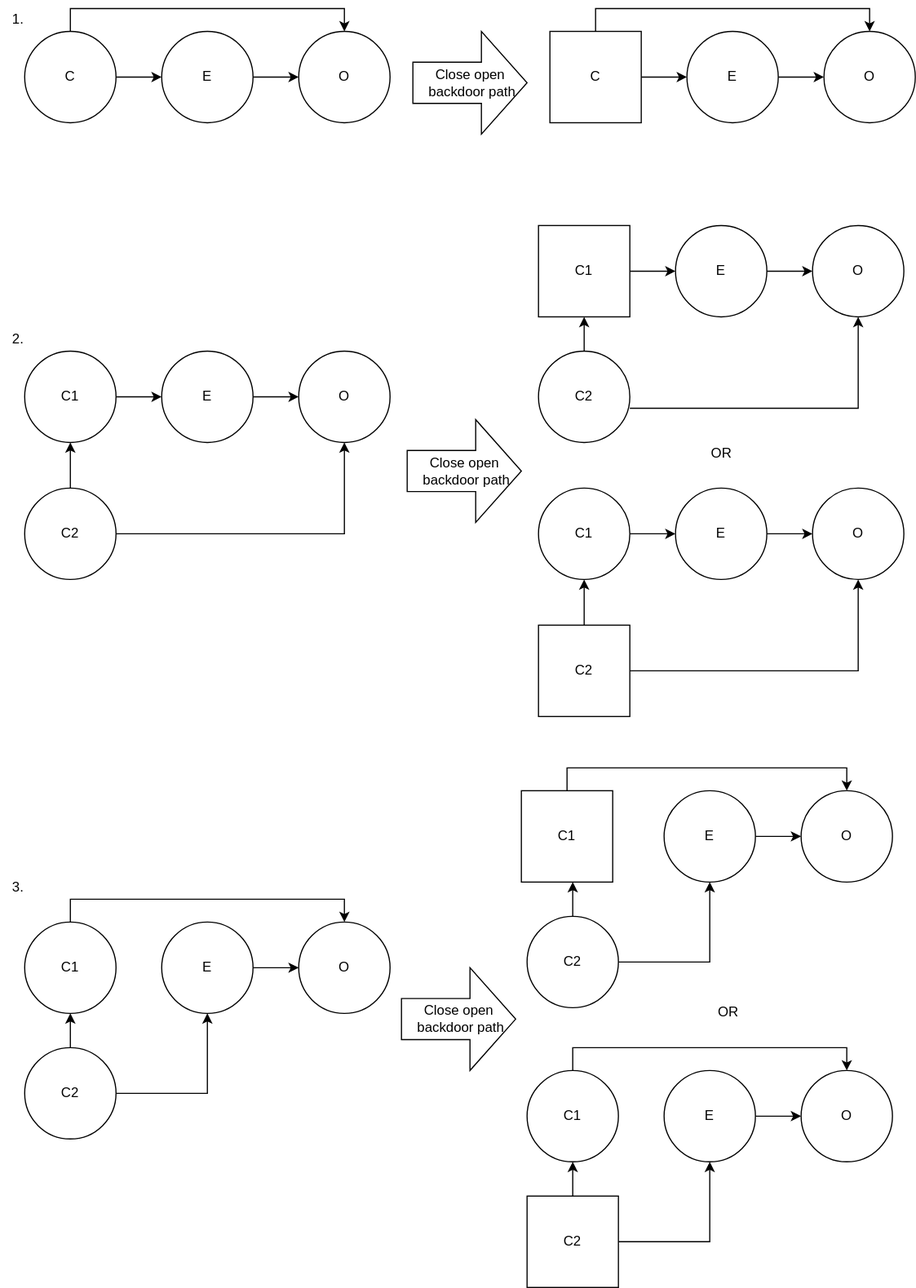
Earlier version of the draw.io export docs/source/model_design/closed_backdoor_paths.svg (ihmeuw/vivarium_research). Source tidied: cells renumbered, new cells last; positions are measured from the earlier drawing's top-left corner, leaving out a move shared by most shapes.
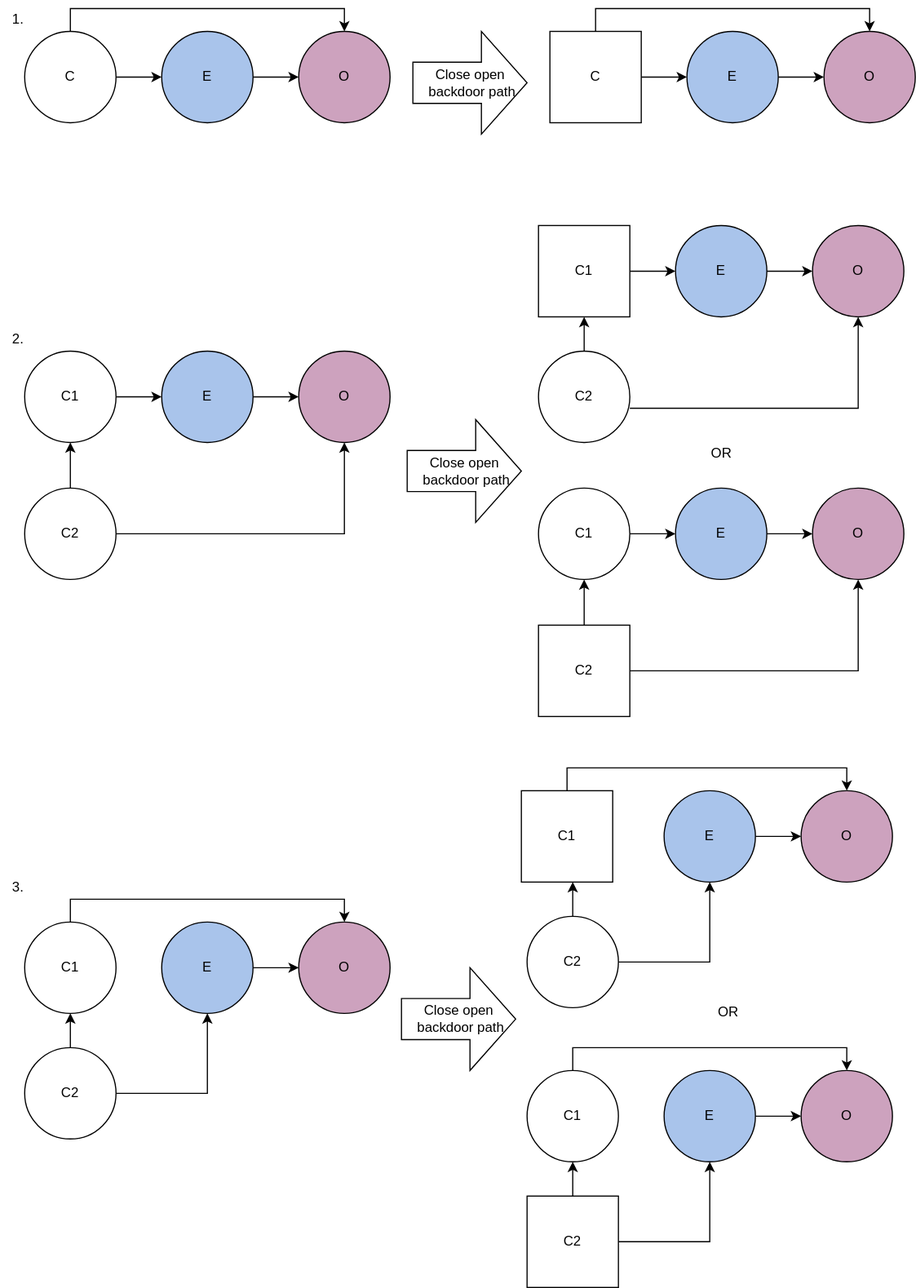
Above is the later version.

What changed in the source:
```diff
@@ -5,7 +5,7 @@
     <mxCell id="2" style="edgeStyle=orthogonalEdgeStyle;rounded=0;jettySize=auto;html=1;exitX=1;exitY=0.5;exitDx=0;exitDy=0;entryX=0;entryY=0.5;entryDx=0;entryDy=0;" parent="1" edge="1" source="3" target="12">
       <mxGeometry relative="1" as="geometry" />
     </mxCell>
-    <mxCell id="3" value="E" style="ellipse;whiteSpace=wrap;html=1;" parent="1" vertex="1">
+    <mxCell id="3" value="E" style="ellipse;whiteSpace=wrap;html=1;fillColor=#A9C4EB;" parent="1" vertex="1">
       <mxGeometry x="141" y="300" width="80" height="80" as="geometry" />
     </mxCell>
     <mxCell id="4" style="edgeStyle=orthogonalEdgeStyle;rounded=0;jettySize=auto;html=1;exitX=1;exitY=0.5;exitDx=0;exitDy=0;" parent="1" edge="1" source="5" target="3">
@@ -14,13 +14,13 @@
     <mxCell id="5" value="C1" style="ellipse;whiteSpace=wrap;html=1;" parent="1" vertex="1">
       <mxGeometry x="21" y="300" width="80" height="80" as="geometry" />
     </mxCell>
-    <mxCell id="6" value="O" style="ellipse;whiteSpace=wrap;html=1;" parent="1" vertex="1">
+    <mxCell id="6" value="O" style="ellipse;whiteSpace=wrap;html=1;fillColor=#CDA2BE;" parent="1" vertex="1">
       <mxGeometry x="261" y="20" width="80" height="80" as="geometry" />
     </mxCell>
     <mxCell id="7" style="edgeStyle=orthogonalEdgeStyle;rounded=0;jettySize=auto;html=1;exitX=1;exitY=0.5;exitDx=0;exitDy=0;" parent="1" edge="1" source="8" target="6">
       <mxGeometry relative="1" as="geometry" />
     </mxCell>
-    <mxCell id="8" value="E" style="ellipse;whiteSpace=wrap;html=1;" parent="1" vertex="1">
+    <mxCell id="8" value="E" style="ellipse;whiteSpace=wrap;html=1;fillColor=#A9C4EB;" parent="1" vertex="1">
       <mxGeometry x="141" y="20" width="80" height="80" as="geometry" />
     </mxCell>
     <mxCell id="9" style="edgeStyle=orthogonalEdgeStyle;rounded=0;jettySize=auto;html=1;exitX=1;exitY=0.5;exitDx=0;exitDy=0;entryX=0;entryY=0.5;entryDx=0;entryDy=0;" parent="1" edge="1" source="11" target="8">
@@ -32,7 +32,7 @@
     <mxCell id="11" value="C" style="ellipse;whiteSpace=wrap;html=1;" parent="1" vertex="1">
       <mxGeometry x="21" y="20" width="80" height="80" as="geometry" />
     </mxCell>
-    <mxCell id="12" value="O" style="ellipse;whiteSpace=wrap;html=1;" parent="1" vertex="1">
+    <mxCell id="12" value="O" style="ellipse;whiteSpace=wrap;html=1;fillColor=#CDA2BE;" parent="1" vertex="1">
       <mxGeometry x="261" y="300" width="80" height="80" as="geometry" />
     </mxCell>
     <mxCell id="13" style="edgeStyle=orthogonalEdgeStyle;rounded=0;jettySize=auto;html=1;exitX=0.5;exitY=0;exitDx=0;exitDy=0;entryX=0.5;entryY=1;entryDx=0;entryDy=0;" parent="1" edge="1" source="15" target="5">
@@ -59,13 +59,13 @@
     <mxCell id="20" value="C1" style="ellipse;whiteSpace=wrap;html=1;" parent="1" vertex="1">
       <mxGeometry x="21" y="800" width="80" height="80" as="geometry" />
     </mxCell>
-    <mxCell id="21" value="O" style="ellipse;whiteSpace=wrap;html=1;" parent="1" vertex="1">
+    <mxCell id="21" value="O" style="ellipse;whiteSpace=wrap;html=1;fillColor=#CDA2BE;" parent="1" vertex="1">
       <mxGeometry x="261" y="800" width="80" height="80" as="geometry" />
     </mxCell>
     <mxCell id="22" style="edgeStyle=orthogonalEdgeStyle;rounded=0;jettySize=auto;html=1;exitX=1;exitY=0.5;exitDx=0;exitDy=0;entryX=0;entryY=0.5;entryDx=0;entryDy=0;" parent="1" edge="1" source="23" target="21">
       <mxGeometry relative="1" as="geometry" />
     </mxCell>
-    <mxCell id="23" value="E" style="ellipse;whiteSpace=wrap;html=1;" parent="1" vertex="1">
+    <mxCell id="23" value="E" style="ellipse;whiteSpace=wrap;html=1;fillColor=#A9C4EB;" parent="1" vertex="1">
       <mxGeometry x="141" y="800" width="80" height="80" as="geometry" />
     </mxCell>
     <mxCell id="24" value="1." style="text;html=1;align=center;verticalAlign=middle;" parent="1" vertex="1">
@@ -80,13 +80,13 @@
     <mxCell id="27" value="Close open&lt;br&gt;&amp;nbsp;backdoor path" style="html=1;shadow=0;dashed=0;align=center;verticalAlign=middle;shape=mxgraph.arrows2.arrow;dy=0.6;dx=40;notch=0;" parent="1" vertex="1">
       <mxGeometry x="361" y="20" width="100" height="90" as="geometry" />
     </mxCell>
-    <mxCell id="28" value="O" style="ellipse;whiteSpace=wrap;html=1;" parent="1" vertex="1">
+    <mxCell id="28" value="O" style="ellipse;whiteSpace=wrap;html=1;fillColor=#CDA2BE;" parent="1" vertex="1">
       <mxGeometry x="721" y="20" width="80" height="80" as="geometry" />
     </mxCell>
     <mxCell id="29" style="edgeStyle=orthogonalEdgeStyle;rounded=0;jettySize=auto;html=1;exitX=1;exitY=0.5;exitDx=0;exitDy=0;" parent="1" edge="1" source="30" target="28">
       <mxGeometry relative="1" as="geometry" />
     </mxCell>
-    <mxCell id="30" value="E" style="ellipse;whiteSpace=wrap;html=1;" parent="1" vertex="1">
+    <mxCell id="30" value="E" style="ellipse;whiteSpace=wrap;html=1;fillColor=#A9C4EB;" parent="1" vertex="1">
       <mxGeometry x="601" y="20" width="80" height="80" as="geometry" />
     </mxCell>
     <mxCell id="31" style="edgeStyle=orthogonalEdgeStyle;rounded=0;jettySize=auto;html=1;exitX=1;exitY=0.5;exitDx=0;exitDy=0;entryX=0;entryY=0.5;entryDx=0;entryDy=0;" parent="1" edge="1" target="30">
@@ -103,7 +103,7 @@
     <mxCell id="34" style="edgeStyle=orthogonalEdgeStyle;rounded=0;jettySize=auto;html=1;exitX=1;exitY=0.5;exitDx=0;exitDy=0;entryX=0;entryY=0.5;entryDx=0;entryDy=0;" parent="1" edge="1" source="35" target="38">
       <mxGeometry relative="1" as="geometry" />
     </mxCell>
-    <mxCell id="35" value="E" style="ellipse;whiteSpace=wrap;html=1;" parent="1" vertex="1">
+    <mxCell id="35" value="E" style="ellipse;whiteSpace=wrap;html=1;fillColor=#A9C4EB;" parent="1" vertex="1">
       <mxGeometry x="591" y="420" width="80" height="80" as="geometry" />
     </mxCell>
     <mxCell id="36" style="edgeStyle=orthogonalEdgeStyle;rounded=0;jettySize=auto;html=1;exitX=1;exitY=0.5;exitDx=0;exitDy=0;" parent="1" edge="1" source="37" target="35">
@@ -112,7 +112,7 @@
     <mxCell id="37" value="C1" style="ellipse;whiteSpace=wrap;html=1;" parent="1" vertex="1">
       <mxGeometry x="471" y="420" width="80" height="80" as="geometry" />
     </mxCell>
-    <mxCell id="38" value="O" style="ellipse;whiteSpace=wrap;html=1;" parent="1" vertex="1">
+    <mxCell id="38" value="O" style="ellipse;whiteSpace=wrap;html=1;fillColor=#CDA2BE;" parent="1" vertex="1">
       <mxGeometry x="711" y="420" width="80" height="80" as="geometry" />
     </mxCell>
     <mxCell id="39" style="edgeStyle=orthogonalEdgeStyle;rounded=0;jettySize=auto;html=1;exitX=0.5;exitY=0;exitDx=0;exitDy=0;entryX=0.5;entryY=1;entryDx=0;entryDy=0;" parent="1" edge="1" target="37">
@@ -131,7 +131,7 @@
     <mxCell id="42" style="edgeStyle=orthogonalEdgeStyle;rounded=0;jettySize=auto;html=1;exitX=1;exitY=0.5;exitDx=0;exitDy=0;entryX=0;entryY=0.5;entryDx=0;entryDy=0;" parent="1" edge="1" source="43" target="45">
       <mxGeometry relative="1" as="geometry" />
     </mxCell>
-    <mxCell id="43" value="E" style="ellipse;whiteSpace=wrap;html=1;" parent="1" vertex="1">
+    <mxCell id="43" value="E" style="ellipse;whiteSpace=wrap;html=1;fillColor=#A9C4EB;" parent="1" vertex="1">
       <mxGeometry x="591" y="190" width="80" height="80" as="geometry" />
     </mxCell>
     <mxCell id="44" style="edgeStyle=orthogonalEdgeStyle;rounded=0;jettySize=auto;html=1;exitX=1;exitY=0.5;exitDx=0;exitDy=0;" parent="1" edge="1" target="43">
@@ -139,7 +139,7 @@
         <mxPoint x="551" y="230" as="sourcePoint" />
       </mxGeometry>
     </mxCell>
-    <mxCell id="45" value="O" style="ellipse;whiteSpace=wrap;html=1;" parent="1" vertex="1">
+    <mxCell id="45" value="O" style="ellipse;whiteSpace=wrap;html=1;fillColor=#CDA2BE;" parent="1" vertex="1">
       <mxGeometry x="711" y="190" width="80" height="80" as="geometry" />
     </mxCell>
     <mxCell id="46" style="edgeStyle=orthogonalEdgeStyle;rounded=0;orthogonalLoop=1;jettySize=auto;html=1;exitX=0.5;exitY=0;exitDx=0;exitDy=0;entryX=0.5;entryY=1;entryDx=0;entryDy=0;" parent="1" edge="1">
@@ -179,13 +179,13 @@
     <mxCell id="55" value="C2" style="ellipse;whiteSpace=wrap;html=1;" parent="1" vertex="1">
       <mxGeometry x="461" y="795" width="80" height="80" as="geometry" />
     </mxCell>
-    <mxCell id="56" value="O" style="ellipse;whiteSpace=wrap;html=1;" parent="1" vertex="1">
+    <mxCell id="56" value="O" style="ellipse;whiteSpace=wrap;html=1;fillColor=#CDA2BE;" parent="1" vertex="1">
       <mxGeometry x="701" y="685" width="80" height="80" as="geometry" />
     </mxCell>
     <mxCell id="57" style="edgeStyle=orthogonalEdgeStyle;rounded=0;jettySize=auto;html=1;exitX=1;exitY=0.5;exitDx=0;exitDy=0;entryX=0;entryY=0.5;entryDx=0;entryDy=0;" parent="1" edge="1" source="58" target="56">
       <mxGeometry relative="1" as="geometry" />
     </mxCell>
-    <mxCell id="58" value="E" style="ellipse;whiteSpace=wrap;html=1;" parent="1" vertex="1">
+    <mxCell id="58" value="E" style="ellipse;whiteSpace=wrap;html=1;fillColor=#A9C4EB;" parent="1" vertex="1">
       <mxGeometry x="581" y="685" width="80" height="80" as="geometry" />
     </mxCell>
     <mxCell id="59" style="edgeStyle=orthogonalEdgeStyle;rounded=0;jettySize=auto;html=1;exitX=0.5;exitY=0;exitDx=0;exitDy=0;" parent="1" edge="1" target="62">
@@ -204,13 +204,13 @@
     <mxCell id="62" value="C1" style="ellipse;whiteSpace=wrap;html=1;" parent="1" vertex="1">
       <mxGeometry x="461" y="930" width="80" height="80" as="geometry" />
     </mxCell>
-    <mxCell id="63" value="O" style="ellipse;whiteSpace=wrap;html=1;" parent="1" vertex="1">
+    <mxCell id="63" value="O" style="ellipse;whiteSpace=wrap;html=1;fillColor=#CDA2BE;" parent="1" vertex="1">
       <mxGeometry x="701" y="930" width="80" height="80" as="geometry" />
     </mxCell>
     <mxCell id="64" style="edgeStyle=orthogonalEdgeStyle;rounded=0;jettySize=auto;html=1;exitX=1;exitY=0.5;exitDx=0;exitDy=0;entryX=0;entryY=0.5;entryDx=0;entryDy=0;" parent="1" edge="1" source="65" target="63">
       <mxGeometry relative="1" as="geometry" />
     </mxCell>
-    <mxCell id="65" value="E" style="ellipse;whiteSpace=wrap;html=1;" parent="1" vertex="1">
+    <mxCell id="65" value="E" style="ellipse;whiteSpace=wrap;html=1;fillColor=#A9C4EB;" parent="1" vertex="1">
       <mxGeometry x="581" y="930" width="80" height="80" as="geometry" />
     </mxCell>
     <mxCell id="66" style="edgeStyle=orthogonalEdgeStyle;rounded=0;jettySize=auto;html=1;exitX=0.5;exitY=0;exitDx=0;exitDy=0;entryX=0.5;entryY=0;entryDx=0;entryDy=0;" parent="1" edge="1" source="67" target="56">
```
